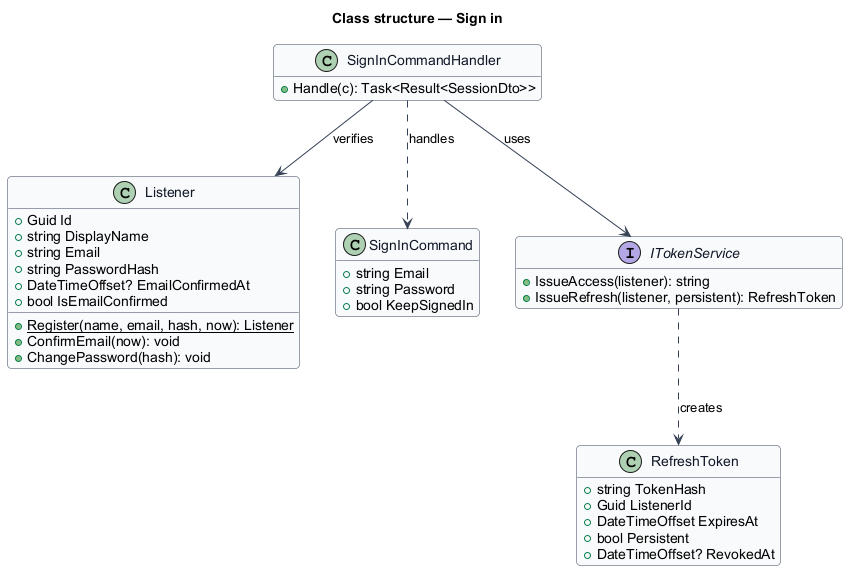
Above: docs/detailed-designs/accounts/sign-in/diagrams/class-structure.png in QuinntyneBrown/hummi (PlantUML), before the change. The source it was exported from:
```plantuml
@startuml
skinparam backgroundColor #FFFFFF
skinparam shadowing false
skinparam roundcorner 8
skinparam defaultFontName Arial
skinparam ArrowColor #344054
skinparam class {
  BorderColor #344054
  FontColor #101828
  BackgroundColor #F9FAFB
}
hide empty members
title Class structure — Sign in

class Listener {
  +Guid Id
  +string DisplayName
  +string Email
  +string PasswordHash
  +DateTimeOffset? EmailConfirmedAt
  +bool IsEmailConfirmed
  +{static} Register(name, email, hash, now): Listener
  +ConfirmEmail(now): void
  +ChangePassword(hash): void
}

class SignInCommand {
  +string Email
  +string Password
  +bool KeepSignedIn
}
class SignInCommandHandler {
  +Handle(c): Task<Result<SessionDto>>
}
class RefreshToken {
  +string TokenHash
  +Guid ListenerId
  +DateTimeOffset ExpiresAt
  +bool Persistent
  +DateTimeOffset? RevokedAt
}
interface ITokenService {
  +IssueAccess(listener): string
  +IssueRefresh(listener, persistent): RefreshToken
}
SignInCommandHandler ..> SignInCommand : handles
SignInCommandHandler --> Listener : verifies
SignInCommandHandler --> ITokenService : uses
ITokenService ..> RefreshToken : creates
@enduml
```
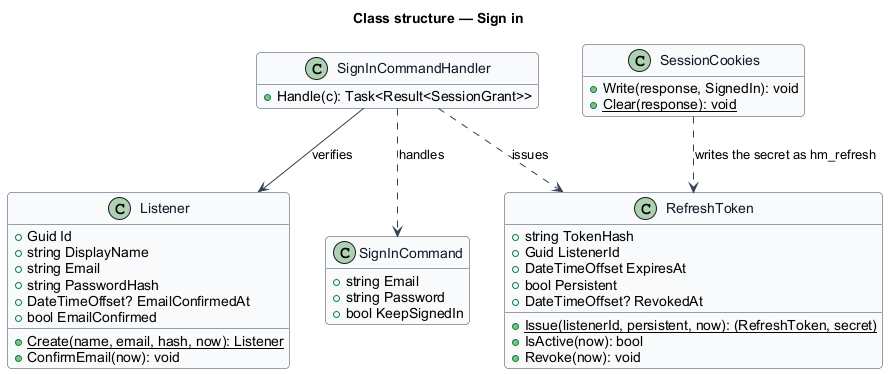
After the change.

The edit, as a diff of the source:
```diff
@@ -18,10 +18,9 @@
   +string Email
   +string PasswordHash
   +DateTimeOffset? EmailConfirmedAt
-  +bool IsEmailConfirmed
-  +{static} Register(name, email, hash, now): Listener
+  +bool EmailConfirmed
+  +{static} Create(name, email, hash, now): Listener
   +ConfirmEmail(now): void
-  +ChangePassword(hash): void
 }
 
 class SignInCommand {
@@ -30,7 +29,7 @@
   +bool KeepSignedIn
 }
 class SignInCommandHandler {
-  +Handle(c): Task<Result<SessionDto>>
+  +Handle(c): Task<Result<SessionGrant>>
 }
 class RefreshToken {
   +string TokenHash
@@ -38,13 +37,16 @@
   +DateTimeOffset ExpiresAt
   +bool Persistent
   +DateTimeOffset? RevokedAt
+  +{static} Issue(listenerId, persistent, now): (RefreshToken, secret)
+  +IsActive(now): bool
+  +Revoke(now): void
 }
-interface ITokenService {
-  +IssueAccess(listener): string
-  +IssueRefresh(listener, persistent): RefreshToken
+class SessionCookies {
+  +Write(response, SignedIn): void
+  +{static} Clear(response): void
 }
 SignInCommandHandler ..> SignInCommand : handles
 SignInCommandHandler --> Listener : verifies
-SignInCommandHandler --> ITokenService : uses
-ITokenService ..> RefreshToken : creates
+SignInCommandHandler ..> RefreshToken : issues
+SessionCookies ..> RefreshToken : writes the secret as hm_refresh
 @enduml
```
